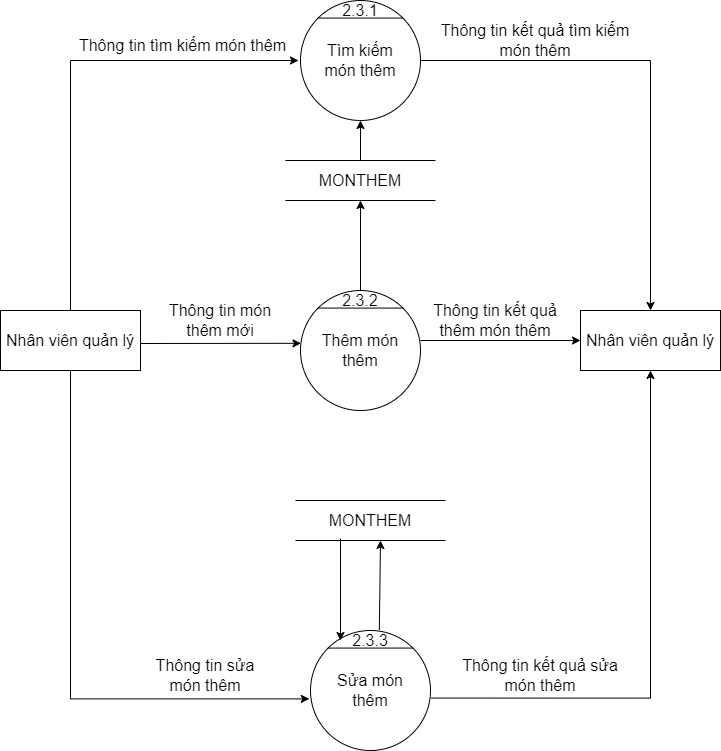
Above: BFD&DFD/BFD&DFD mức 0, 1, 2, 3/DFD_2_QLMONTHEM.png in hungtadasuke/CoffeShop_SoftwareTechnology (draw.io), before the change. Source tidied: cells renumbered, new cells last; positions are measured from the earlier drawing's top-left corner, leaving out a move shared by most shapes.
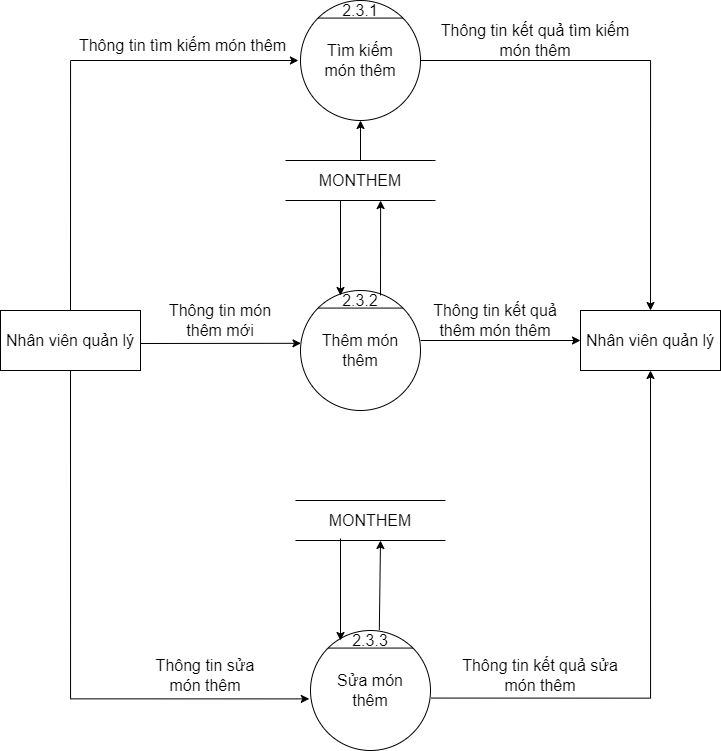
Above is the later version.

The edit, as a diff of the source:
```diff
@@ -95,7 +95,7 @@
     <mxCell id="26" style="endArrow=classic;html=1;rounded=0;fontSize=16;entryX=0.5;entryY=1;entryDx=0;entryDy=0;exitX=0.5;exitY=0;exitDx=0;exitDy=0;" parent="1" edge="1" source="22" target="2">
       <mxGeometry relative="1" as="geometry" />
     </mxCell>
-    <mxCell id="27" style="endArrow=classic;html=1;rounded=0;fontSize=16;exitX=0.5;exitY=0;exitDx=0;exitDy=0;entryX=0.5;entryY=1;entryDx=0;entryDy=0;" parent="1" edge="1" source="14" target="22">
+    <mxCell id="27" style="endArrow=classic;html=1;rounded=0;fontSize=16;entryX=0.634;entryY=1.002;entryDx=0;entryDy=0;entryPerimeter=0;exitX=1;exitY=0.25;exitDx=0;exitDy=0;" parent="1" edge="1" source="14" target="22">
       <mxGeometry relative="1" as="geometry" />
     </mxCell>
     <mxCell id="28" style="endArrow=classic;html=1;rounded=0;fontSize=16;entryX=0.362;entryY=1.004;entryDx=0;entryDy=0;entryPerimeter=0;exitX=0.647;exitY=-0.02;exitDx=0;exitDy=0;exitPerimeter=0;" parent="1" edge="1" source="15">
@@ -123,5 +123,10 @@
     <mxCell id="34" value="Thông tin kết quả sửa món thêm" style="text;html=1;strokeColor=none;fillColor=none;align=center;verticalAlign=middle;whiteSpace=wrap;rounded=0;fontSize=16;" parent="1" vertex="1">
       <mxGeometry x="450" y="655" width="180" height="40" as="geometry" />
     </mxCell>
+    <mxCell id="35" style="endArrow=classic;html=1;rounded=0;fontSize=16;entryX=0;entryY=0.25;entryDx=0;entryDy=0;" parent="1" edge="1" target="14">
+      <mxGeometry relative="1" as="geometry">
+        <mxPoint x="340" y="200" as="sourcePoint" />
+      </mxGeometry>
+    </mxCell>
   </root>
 </mxGraphModel>
```
